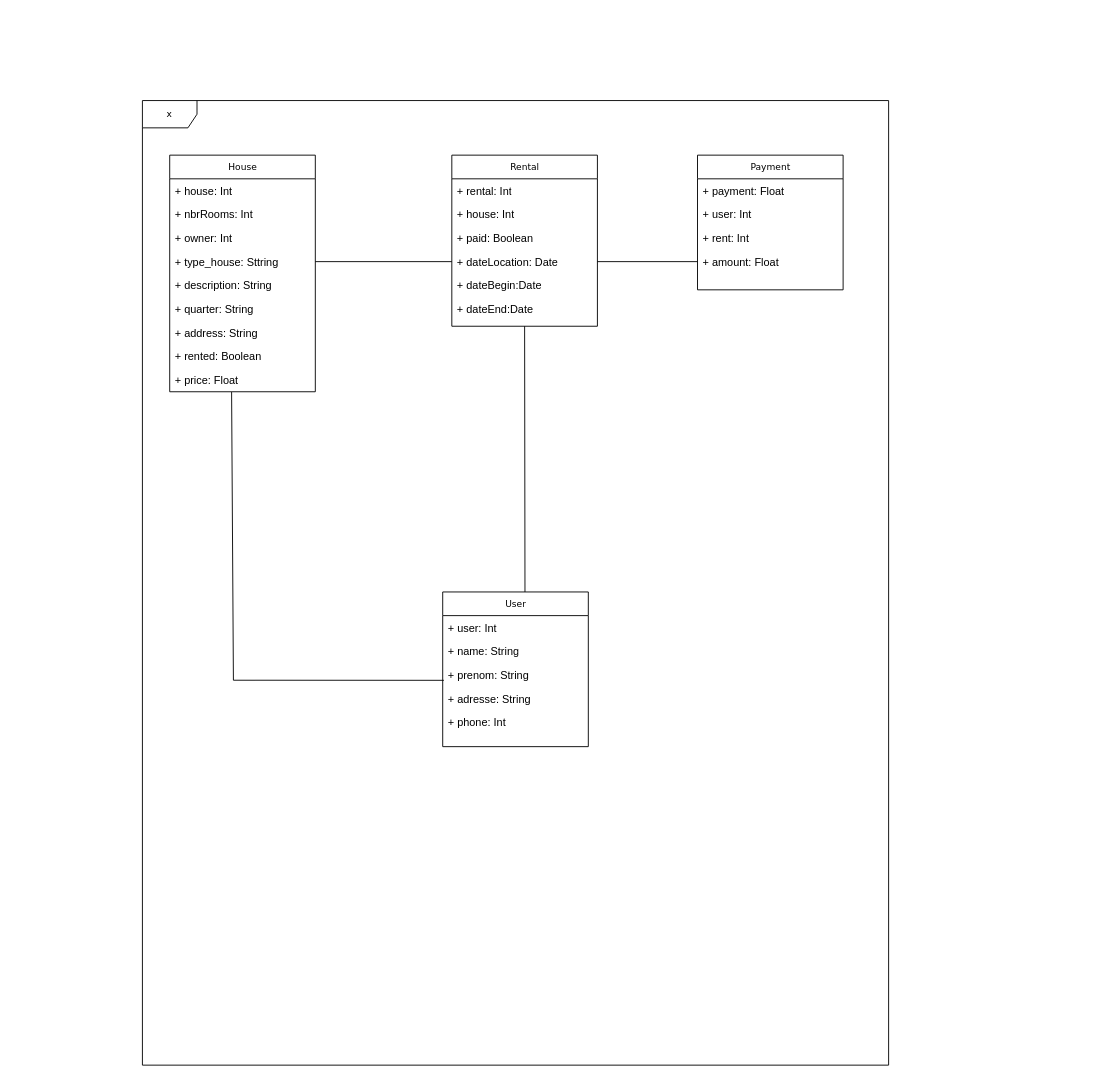
This is Untitled Diagram.drawio from Archippe-m-arkip/location-maison, a draw.io file, before an edit. Source tidied: cells renumbered, new cells numbered last; positions are measured from the earlier drawing's top-left corner, leaving out a move shared by most shapes. Both pictures are drawn from the tidied source at 91%, with x=0, y=0 at pixel (142, 100).
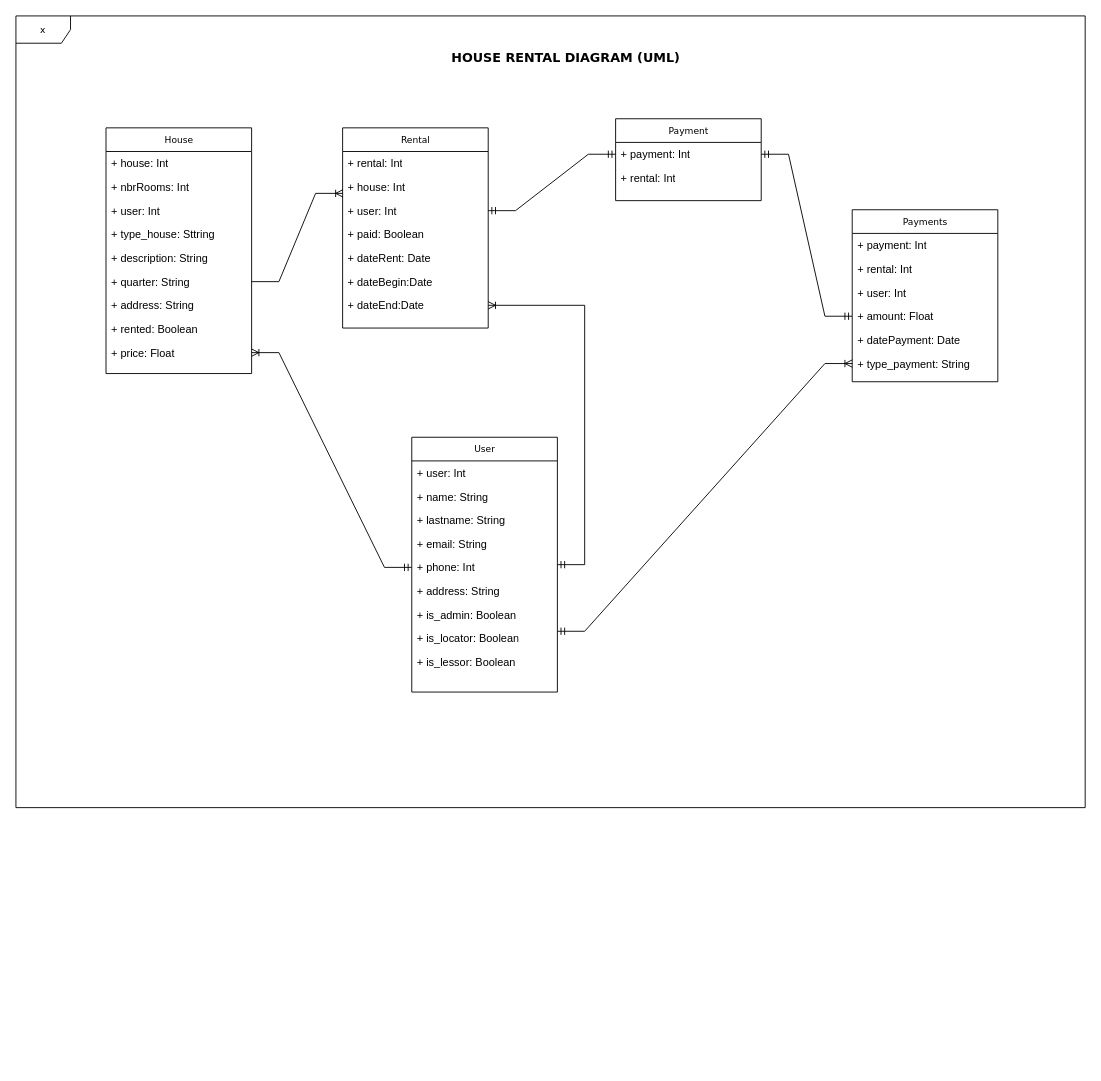
Above is the later version.

Commit message:
finalising the modelisation

Unchanged cells that the change refers to:
```xml
<mxCell id="18" value="+ type_house: Sttring" style="text;html=1;strokeColor=none;fillColor=none;align=left;verticalAlign=top;spacingLeft=4;spacingRight=4;whiteSpace=wrap;overflow=hidden;points=[[0,0.5],[1,0.5]];portConstraint=eastwest;" parent="14" vertex="1">
  <mxGeometry y="104" width="160" height="26" as="geometry" />
</mxCell>
<mxCell id="20" value="+ quarter: String" style="text;html=1;strokeColor=none;fillColor=none;align=left;verticalAlign=top;spacingLeft=4;spacingRight=4;whiteSpace=wrap;overflow=hidden;points=[[0,0.5],[1,0.5]];portConstraint=eastwest;" parent="14" vertex="1">
  <mxGeometry y="156" width="160" height="26" as="geometry" />
</mxCell>
<mxCell id="23" value="+ price: Float" style="text;html=1;strokeColor=none;fillColor=none;align=left;verticalAlign=top;spacingLeft=4;spacingRight=4;whiteSpace=wrap;overflow=hidden;points=[[0,0.5],[1,0.5]];portConstraint=eastwest;" parent="14" vertex="1">
  <mxGeometry y="234" width="160" height="26" as="geometry" />
</mxCell>
<mxCell id="34" value="+ amount: Float" style="text;html=1;strokeColor=none;fillColor=none;align=left;verticalAlign=top;spacingLeft=4;spacingRight=4;whiteSpace=wrap;overflow=hidden;points=[[0,0.5],[1,0.5]];portConstraint=eastwest;" parent="30" vertex="1">
  <mxGeometry y="104" width="160" height="26" as="geometry" />
</mxCell>
```

Diff of the diagram source:
```diff
@@
-    <mxCell id="2" value="x" style="shape=umlFrame;whiteSpace=wrap;html=1;rounded=0;shadow=0;comic=0;labelBackgroundColor=none;strokeWidth=1;fontFamily=Verdana;fontSize=10;align=center;" parent="1" vertex="1">
-      <mxGeometry width="820" height="1060" as="geometry" />
+    <mxCell id="2" value="x" style="shape=umlFrame;whiteSpace=wrap;html=1;rounded=0;shadow=0;comic=0;labelBackgroundColor=none;strokeWidth=1;fontFamily=Verdana;fontSize=10;align=center;rotation=0;" parent="1" vertex="1">
+      <mxGeometry x="-139" y="-93" width="1175" height="870" as="geometry" />
     </mxCell>
@@
     <mxCell id="7" value="Rental" style="swimlane;html=1;fontStyle=0;horizontal=1;startSize=26;fillColor=none;swimlaneFillColor=#ffffff;rounded=0;shadow=0;comic=0;labelBackgroundColor=none;strokeWidth=1;fontFamily=Verdana;fontSize=10;align=center;" parent="1" vertex="1">
-      <mxGeometry x="340" y="60" width="160" height="188" as="geometry" />
+      <mxGeometry x="220" y="30" width="160" height="220" as="geometry" />
     </mxCell>
@@
+    <mxCell id="39" value="+ user: Int" style="text;html=1;strokeColor=none;fillColor=none;align=left;verticalAlign=top;spacingLeft=4;spacingRight=4;whiteSpace=wrap;overflow=hidden;points=[[0,0.5],[1,0.5]];portConstraint=eastwest;" parent="7" vertex="1">
+      <mxGeometry y="78" width="160" height="26" as="geometry" />
+    </mxCell>
     <mxCell id="10" value="+ paid: Boolean" style="text;html=1;strokeColor=none;fillColor=none;align=left;verticalAlign=top;spacingLeft=4;spacingRight=4;whiteSpace=wrap;overflow=hidden;" parent="7" vertex="1">
-      <mxGeometry y="78" width="160" height="26" as="geometry" />
+      <mxGeometry y="104" width="160" height="26" as="geometry" />
     </mxCell>
-    <mxCell id="11" value="+ dateLocation: Date" style="text;html=1;strokeColor=none;fillColor=none;align=left;verticalAlign=top;spacingLeft=4;spacingRight=4;whiteSpace=wrap;overflow=hidden;points=[[0,0.5],[1,0.5]];portConstraint=eastwest;" parent="7" vertex="1">
-      <mxGeometry y="104" width="160" height="26" as="geometry" />
+    <mxCell id="11" value="+ dateRent: Date" style="text;html=1;strokeColor=none;fillColor=none;align=left;verticalAlign=top;spacingLeft=4;spacingRight=4;whiteSpace=wrap;overflow=hidden;points=[[0,0.5],[1,0.5]];portConstraint=eastwest;" parent="7" vertex="1">
+      <mxGeometry y="130" width="160" height="26" as="geometry" />
     </mxCell>
     <mxCell id="12" value="+ dateBegin:Date" style="text;html=1;strokeColor=none;fillColor=none;align=left;verticalAlign=top;spacingLeft=4;spacingRight=4;whiteSpace=wrap;overflow=hidden;" parent="7" vertex="1">
-      <mxGeometry y="130" width="160" height="26" as="geometry" />
+      <mxGeometry y="156" width="160" height="26" as="geometry" />
     </mxCell>
     <mxCell id="13" value="+ dateEnd:Date" style="text;html=1;strokeColor=none;fillColor=none;align=left;verticalAlign=top;spacingLeft=4;spacingRight=4;whiteSpace=wrap;overflow=hidden;points=[[0,0.5],[1,0.5]];portConstraint=eastwest;" parent="7" vertex="1">
-      <mxGeometry y="156" width="160" height="26" as="geometry" />
+      <mxGeometry y="182" width="160" height="26" as="geometry" />
     </mxCell>
     <mxCell id="14" value="House" style="swimlane;html=1;fontStyle=0;horizontal=1;startSize=26;fillColor=none;swimlaneFillColor=#ffffff;rounded=0;shadow=0;comic=0;labelBackgroundColor=none;strokeWidth=1;fontFamily=Verdana;fontSize=10;align=center;" parent="1" vertex="1">
-      <mxGeometry x="30" y="60" width="160" height="260" as="geometry" />
+      <mxGeometry x="-40" y="30" width="160" height="270" as="geometry" />
     </mxCell>
@@
-    <mxCell id="17" value="+ owner: Int" style="text;html=1;strokeColor=none;fillColor=none;align=left;verticalAlign=top;spacingLeft=4;spacingRight=4;whiteSpace=wrap;overflow=hidden;" parent="14" vertex="1">
+    <mxCell id="17" value="+ user: Int" style="text;html=1;strokeColor=none;fillColor=none;align=left;verticalAlign=top;spacingLeft=4;spacingRight=4;whiteSpace=wrap;overflow=hidden;" parent="14" vertex="1">
       <mxGeometry y="78" width="160" height="26" as="geometry" />
     </mxCell>
@@
     <mxCell id="24" value="User" style="swimlane;html=1;fontStyle=0;horizontal=1;startSize=26;fillColor=none;swimlaneFillColor=#ffffff;rounded=0;shadow=0;comic=0;labelBackgroundColor=none;strokeWidth=1;fontFamily=Verdana;fontSize=10;align=center;" parent="1" vertex="1">
-      <mxGeometry x="330" y="540" width="160" height="170" as="geometry" />
+      <mxGeometry x="296" y="370" width="160" height="280" as="geometry" />
     </mxCell>
@@
-    <mxCell id="27" value="+ prenom: String" style="text;html=1;strokeColor=none;fillColor=none;align=left;verticalAlign=top;spacingLeft=4;spacingRight=4;whiteSpace=wrap;overflow=hidden;points=[[0,0.5],[1,0.5]];portConstraint=eastwest;" parent="24" vertex="1">
+    <mxCell id="27" value="+ lastname: String" style="text;html=1;strokeColor=none;fillColor=none;align=left;verticalAlign=top;spacingLeft=4;spacingRight=4;whiteSpace=wrap;overflow=hidden;points=[[0,0.5],[1,0.5]];portConstraint=eastwest;" parent="24" vertex="1">
       <mxGeometry y="78" width="160" height="26" as="geometry" />
     </mxCell>
+    <mxCell id="40" value="+ email: String" style="text;html=1;strokeColor=none;fillColor=none;align=left;verticalAlign=top;spacingLeft=4;spacingRight=4;whiteSpace=wrap;overflow=hidden;" parent="24" vertex="1">
+      <mxGeometry y="104" width="160" height="26" as="geometry" />
+    </mxCell>
+    <mxCell id="29" value="+ phone: Int" style="text;html=1;strokeColor=none;fillColor=none;align=left;verticalAlign=top;spacingLeft=4;spacingRight=4;whiteSpace=wrap;overflow=hidden;points=[[0,0.5],[1,0.5]];portConstraint=eastwest;" parent="24" vertex="1">
+      <mxGeometry y="130" width="160" height="26" as="geometry" />
+    </mxCell>
-    <mxCell id="28" value="+ adresse: String" style="text;html=1;strokeColor=none;fillColor=none;align=left;verticalAlign=top;spacingLeft=4;spacingRight=4;whiteSpace=wrap;overflow=hidden;" parent="24" vertex="1">
-      <mxGeometry y="104" width="160" height="26" as="geometry" />
+    <mxCell id="28" value="+ address: String" style="text;html=1;strokeColor=none;fillColor=none;align=left;verticalAlign=top;spacingLeft=4;spacingRight=4;whiteSpace=wrap;overflow=hidden;" parent="24" vertex="1">
+      <mxGeometry y="156" width="160" height="26" as="geometry" />
     </mxCell>
-    <mxCell id="29" value="+ phone: Int" style="text;html=1;strokeColor=none;fillColor=none;align=left;verticalAlign=top;spacingLeft=4;spacingRight=4;whiteSpace=wrap;overflow=hidden;points=[[0,0.5],[1,0.5]];portConstraint=eastwest;" parent="24" vertex="1">
-      <mxGeometry y="130" width="160" height="26" as="geometry" />
-    </mxCell>
+    <mxCell id="41" value="+ is_admin: Boolean" style="text;html=1;strokeColor=none;fillColor=none;align=left;verticalAlign=top;spacingLeft=4;spacingRight=4;whiteSpace=wrap;overflow=hidden;" parent="24" vertex="1">
+      <mxGeometry y="182" width="160" height="26" as="geometry" />
+    </mxCell>
+    <mxCell id="42" value="+ is_locator: Boolean" style="text;html=1;strokeColor=none;fillColor=none;align=left;verticalAlign=top;spacingLeft=4;spacingRight=4;whiteSpace=wrap;overflow=hidden;points=[[0,0.5],[1,0.5]];portConstraint=eastwest;" parent="24" vertex="1">
+      <mxGeometry y="208" width="160" height="26" as="geometry" />
+    </mxCell>
+    <mxCell id="43" value="+ is_lessor: Boolean" style="text;html=1;strokeColor=none;fillColor=none;align=left;verticalAlign=top;spacingLeft=4;spacingRight=4;whiteSpace=wrap;overflow=hidden;" parent="24" vertex="1">
+      <mxGeometry y="234" width="160" height="26" as="geometry" />
+    </mxCell>
-    <mxCell id="30" value="Payment" style="swimlane;html=1;fontStyle=0;horizontal=1;startSize=26;fillColor=none;swimlaneFillColor=#ffffff;rounded=0;shadow=0;comic=0;labelBackgroundColor=none;strokeWidth=1;fontFamily=Verdana;fontSize=10;align=center;" parent="1" vertex="1">
-      <mxGeometry x="610" y="60" width="160" height="148" as="geometry" />
+    <mxCell id="30" value="Payments" style="swimlane;html=1;fontStyle=0;horizontal=1;startSize=26;fillColor=none;swimlaneFillColor=#ffffff;rounded=0;shadow=0;comic=0;labelBackgroundColor=none;strokeWidth=1;fontFamily=Verdana;fontSize=10;align=center;" parent="1" vertex="1">
+      <mxGeometry x="780" y="120" width="160" height="189" as="geometry" />
     </mxCell>
-    <mxCell id="31" value="+ payment: Float" style="text;html=1;strokeColor=none;fillColor=none;align=left;verticalAlign=top;spacingLeft=4;spacingRight=4;whiteSpace=wrap;overflow=hidden;" parent="30" vertex="1">
+    <mxCell id="31" value="+ payment: Int" style="text;html=1;strokeColor=none;fillColor=none;align=left;verticalAlign=top;spacingLeft=4;spacingRight=4;whiteSpace=wrap;overflow=hidden;" parent="30" vertex="1">
       <mxGeometry y="26" width="160" height="26" as="geometry" />
     </mxCell>
+    <mxCell id="33" value="+ rental: Int" style="text;html=1;strokeColor=none;fillColor=none;align=left;verticalAlign=top;spacingLeft=4;spacingRight=4;whiteSpace=wrap;overflow=hidden;" parent="30" vertex="1">
+      <mxGeometry y="52" width="160" height="26" as="geometry" />
+    </mxCell>
     <mxCell id="32" value="+ user: Int" style="text;html=1;strokeColor=none;fillColor=none;align=left;verticalAlign=top;spacingLeft=4;spacingRight=4;whiteSpace=wrap;overflow=hidden;" parent="30" vertex="1">
-      <mxGeometry y="52" width="160" height="26" as="geometry" />
+      <mxGeometry y="78" width="160" height="26" as="geometry" />
     </mxCell>
-    <mxCell id="33" value="+ rent: Int" style="text;html=1;strokeColor=none;fillColor=none;align=left;verticalAlign=top;spacingLeft=4;spacingRight=4;whiteSpace=wrap;overflow=hidden;" parent="30" vertex="1">
-      <mxGeometry y="78" width="160" height="26" as="geometry" />
-    </mxCell>
@@
-    <mxCell id="35" style="endArrow=none;html=1;rounded=0;exitX=0.565;exitY=0;exitDx=0;exitDy=0;exitPerimeter=0;entryX=0.5;entryY=1;entryDx=0;entryDy=0;" parent="1" edge="1" source="24" target="7">
-      <mxGeometry relative="1" as="geometry" />
-    </mxCell>
-    <mxCell id="36" style="endArrow=none;html=1;rounded=0;exitX=1;exitY=0.5;exitDx=0;exitDy=0;entryX=0;entryY=0.5;entryDx=0;entryDy=0;" parent="1" edge="1" source="18" target="11">
-      <mxGeometry relative="1" as="geometry" />
-    </mxCell>
-    <mxCell id="37" style="endArrow=none;html=1;rounded=0;exitX=0;exitY=0.5;exitDx=0;exitDy=0;entryX=1;entryY=0.5;entryDx=0;entryDy=0;" parent="1" edge="1" source="34" target="11">
-      <mxGeometry relative="1" as="geometry" />
-    </mxCell>
-    <mxCell id="38" style="endArrow=none;html=1;rounded=0;exitX=0.008;exitY=0.735;exitDx=0;exitDy=0;exitPerimeter=0;entryX=0.425;entryY=1.012;entryDx=0;entryDy=0;entryPerimeter=0;" parent="1" edge="1" source="27" target="23">
-      <mxGeometry relative="1" as="geometry">
-        <Array as="points">
-          <mxPoint x="100" y="637" />
-        </Array>
-      </mxGeometry>
-    </mxCell>
+    <mxCell id="44" value="+ datePayment: Date" style="text;html=1;strokeColor=none;fillColor=none;align=left;verticalAlign=top;spacingLeft=4;spacingRight=4;whiteSpace=wrap;overflow=hidden;" parent="30" vertex="1">
+      <mxGeometry y="130" width="160" height="26" as="geometry" />
+    </mxCell>
+    <mxCell id="45" value="+ type_payment: String" style="text;html=1;strokeColor=none;fillColor=none;align=left;verticalAlign=top;spacingLeft=4;spacingRight=4;whiteSpace=wrap;overflow=hidden;points=[[0,0.5],[1,0.5]];portConstraint=eastwest;" parent="30" vertex="1">
+      <mxGeometry y="156" width="160" height="26" as="geometry" />
+    </mxCell>
+    <mxCell id="46" value="&lt;font style=&quot;font-size: 14px;&quot;&gt;HOUSE RENTAL DIAGRAM (UML)&lt;/font&gt;" style="text;align=center;fontStyle=1;verticalAlign=middle;spacingLeft=3;spacingRight=3;strokeColor=none;html=1;fontFamily=Verdana;fontSize=10;fontColor=default;labelBackgroundColor=none;" parent="1" vertex="1">
+      <mxGeometry x="350" y="-60" width="230" height="26" as="geometry" />
+    </mxCell>
+    <mxCell id="47" style="edgeStyle=entityRelationEdgeStyle;fontSize=12;html=1;endArrow=ERoneToMany;rounded=0;fontFamily=Verdana;fontColor=default;labelBackgroundColor=none;entryX=0.002;entryY=-0.231;entryDx=0;entryDy=0;entryPerimeter=0;exitX=1;exitY=0.5;exitDx=0;exitDy=0;" parent="1" edge="1" source="20" target="39">
+      <mxGeometry relative="1" as="geometry" />
+    </mxCell>
+    <mxCell id="48" value="Payment" style="swimlane;html=1;fontStyle=0;horizontal=1;startSize=26;fillColor=none;swimlaneFillColor=#ffffff;rounded=0;shadow=0;comic=0;labelBackgroundColor=none;strokeWidth=1;fontFamily=Verdana;fontSize=10;align=center;" parent="1" vertex="1">
+      <mxGeometry x="520" y="20" width="160" height="90" as="geometry" />
+    </mxCell>
+    <mxCell id="49" value="+ payment: Int" style="text;html=1;strokeColor=none;fillColor=none;align=left;verticalAlign=top;spacingLeft=4;spacingRight=4;whiteSpace=wrap;overflow=hidden;points=[[0,0.5],[1,0.5]];portConstraint=eastwest;" parent="48" vertex="1">
+      <mxGeometry y="26" width="160" height="26" as="geometry" />
+    </mxCell>
+    <mxCell id="50" value="+ rental: Int" style="text;html=1;strokeColor=none;fillColor=none;align=left;verticalAlign=top;spacingLeft=4;spacingRight=4;whiteSpace=wrap;overflow=hidden;" parent="48" vertex="1">
+      <mxGeometry y="52" width="160" height="26" as="geometry" />
+    </mxCell>
+    <mxCell id="51" style="edgeStyle=entityRelationEdgeStyle;fontSize=12;html=1;endArrow=ERmandOne;startArrow=ERmandOne;rounded=0;fontFamily=Verdana;fontColor=default;labelBackgroundColor=none;exitX=1;exitY=0.5;exitDx=0;exitDy=0;entryX=0;entryY=0.5;entryDx=0;entryDy=0;" parent="1" edge="1" source="49" target="34">
+      <mxGeometry relative="1" as="geometry" />
+    </mxCell>
+    <mxCell id="52" style="edgeStyle=entityRelationEdgeStyle;fontSize=12;html=1;endArrow=ERmandOne;startArrow=ERmandOne;rounded=0;fontFamily=Verdana;fontColor=default;labelBackgroundColor=none;exitX=1;exitY=0.5;exitDx=0;exitDy=0;entryX=0;entryY=0.5;entryDx=0;entryDy=0;" parent="1" edge="1" source="39" target="49">
+      <mxGeometry relative="1" as="geometry" />
+    </mxCell>
+    <mxCell id="53" style="edgeStyle=entityRelationEdgeStyle;fontSize=12;html=1;endArrow=ERoneToMany;startArrow=ERmandOne;rounded=0;fontFamily=Verdana;fontColor=default;labelBackgroundColor=none;entryX=1;entryY=0.5;entryDx=0;entryDy=0;exitX=0;exitY=0.5;exitDx=0;exitDy=0;" parent="1" edge="1" source="29" target="23">
+      <mxGeometry relative="1" as="geometry">
+        <Array as="points">
+          <mxPoint x="-380" y="330" />
+        </Array>
+      </mxGeometry>
+    </mxCell>
+    <mxCell id="54" style="edgeStyle=entityRelationEdgeStyle;fontSize=12;html=1;endArrow=ERoneToMany;startArrow=ERmandOne;rounded=0;fontFamily=Verdana;fontColor=default;labelBackgroundColor=none;" parent="1" edge="1" source="24" target="13">
+      <mxGeometry relative="1" as="geometry">
+        <Array as="points">
+          <mxPoint x="501" y="492" />
+          <mxPoint x="440" y="420" />
+          <mxPoint x="540" y="350" />
+          <mxPoint x="460" y="280" />
+          <mxPoint x="410" y="280" />
+          <mxPoint x="-289" y="387" />
+          <mxPoint x="521" y="300" />
+          <mxPoint x="550" y="250" />
+          <mxPoint x="430" y="280" />
+          <mxPoint x="431" y="280" />
+          <mxPoint x="531" y="387" />
+          <mxPoint x="511" y="337" />
+          <mxPoint x="521" y="337" />
+        </Array>
+      </mxGeometry>
+    </mxCell>
+    <mxCell id="55" style="edgeStyle=entityRelationEdgeStyle;fontSize=12;html=1;endArrow=ERoneToMany;startArrow=ERmandOne;rounded=0;fontFamily=Verdana;fontColor=default;labelBackgroundColor=none;entryX=0;entryY=0.5;entryDx=0;entryDy=0;exitX=1;exitY=0.2;exitDx=0;exitDy=0;exitPerimeter=0;" parent="1" edge="1" source="42" target="45">
+      <mxGeometry relative="1" as="geometry">
+        <Array as="points">
+          <mxPoint x="819" y="609" />
+          <mxPoint x="29" y="504" />
+          <mxPoint x="839" y="417" />
+          <mxPoint x="749" y="397" />
+          <mxPoint x="849" y="504" />
+          <mxPoint x="829" y="454" />
+          <mxPoint x="839" y="454" />
+        </Array>
+      </mxGeometry>
+    </mxCell>
```
